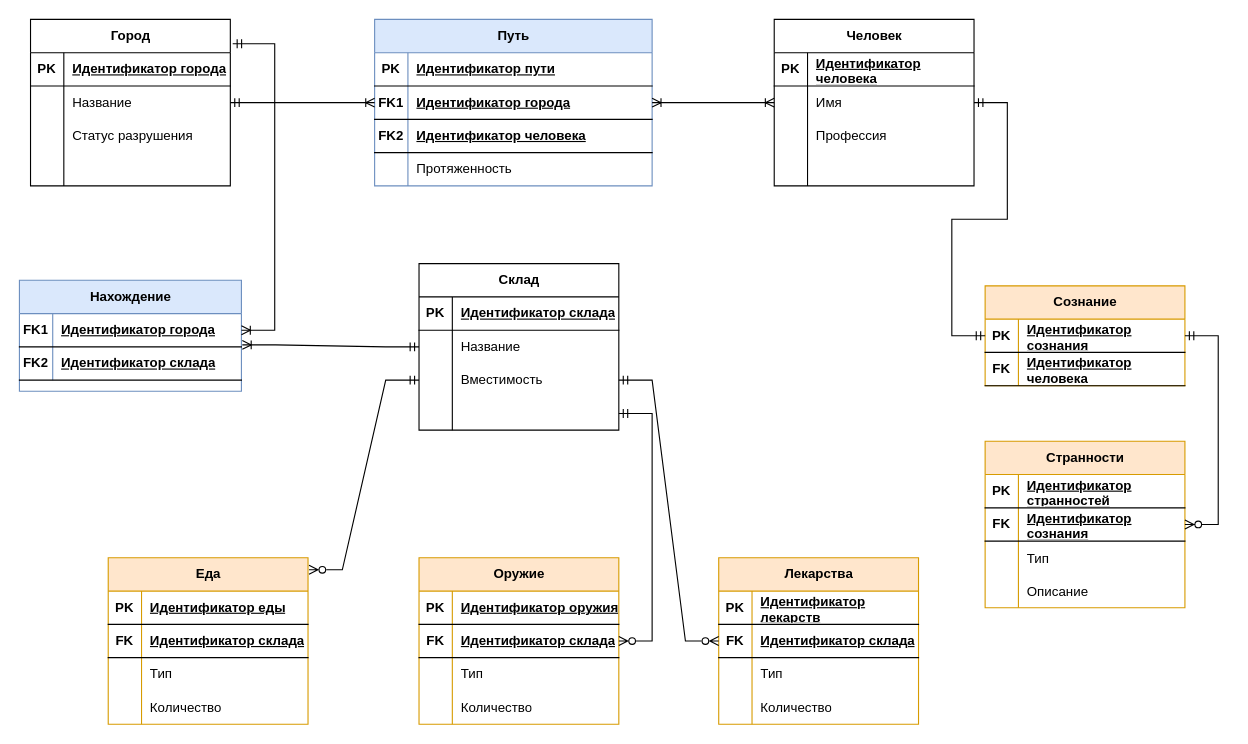
Earlier version of the draw.io diagram Семестр 5/ИСБД/lab1/img/infological.drawio (Ivanio1/itmo-3course). Source tidied: cells renumbered, new cells numbered last; positions are measured from the earlier drawing's top-left corner, leaving out a move shared by most shapes. Both pictures are drawn from the tidied source at 111%, with x=0, y=0 at pixel (19, 19).
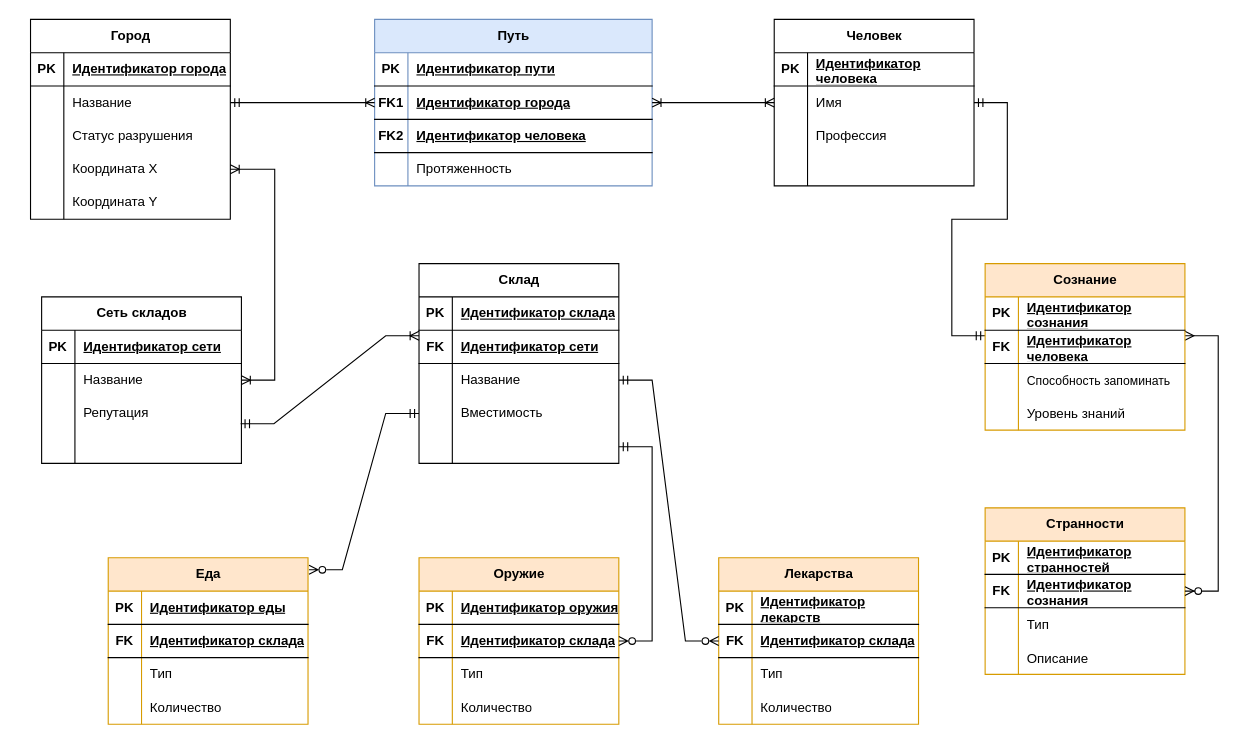
Above is the later version.

Unchanged cells that the change refers to:
```xml
<mxCell id="6" style="shape=tableRow;horizontal=0;startSize=0;swimlaneHead=0;swimlaneBody=0;fillColor=none;points=[[0,0.5],[1,0.5]];portConstraint=eastwest;top=0;left=0;right=0;bottom=0;" parent="2" vertex="1">
  <mxGeometry y="60" width="180" height="30" as="geometry" />
</mxCell>
<mxCell id="25" style="shape=tableRow;horizontal=0;startSize=0;swimlaneHead=0;swimlaneBody=0;fillColor=none;points=[[0,0.5],[1,0.5]];portConstraint=eastwest;top=0;left=0;right=0;bottom=0;" parent="15" vertex="1">
  <mxGeometry y="120" width="180" height="30" as="geometry" />
</mxCell>
<mxCell id="111" style="shape=tableRow;horizontal=0;startSize=0;swimlaneHead=0;swimlaneBody=0;fillColor=none;points=[[0,0.5],[1,0.5]];portConstraint=eastwest;top=0;left=0;right=0;bottom=1;" parent="107" vertex="1">
  <mxGeometry y="60" width="180" height="30" as="geometry" />
</mxCell>
```

The edit, as a diff of the source:
```diff
@@
     <mxCell id="15" value="Город" style="shape=table;startSize=30;childLayout=tableLayout;rowLines=0;fontStyle=1;align=center;html=1;" parent="1" vertex="1">
-      <mxGeometry x="10" width="180" height="150" as="geometry" />
+      <mxGeometry x="10" width="180" height="180" as="geometry" />
     </mxCell>
@@
-    <mxCell id="27" style="shape=partialRectangle;fillColor=none;top=0;left=0;bottom=0;right=0;align=left;spacingLeft=6;overflow=hidden;whiteSpace=wrap;html=1;" parent="25" vertex="1">
+    <mxCell id="27" value="Координата X" style="shape=partialRectangle;fillColor=none;top=0;left=0;bottom=0;right=0;align=left;spacingLeft=6;overflow=hidden;whiteSpace=wrap;html=1;" parent="25" vertex="1">
       <mxGeometry x="30" width="150" height="30" as="geometry" />
     </mxCell>
+    <mxCell id="129" style="shape=tableRow;horizontal=0;startSize=0;swimlaneHead=0;swimlaneBody=0;fillColor=none;top=0;left=0;right=0;bottom=0;" parent="15" vertex="1">
+      <mxGeometry y="150" width="180" height="30" as="geometry" />
+    </mxCell>
+    <mxCell id="130" style="shape=partialRectangle;fillColor=none;top=0;left=0;bottom=0;right=0;overflow=hidden;whiteSpace=wrap;html=1;" parent="129" vertex="1">
+      <mxGeometry width="30" height="30" as="geometry" />
+    </mxCell>
+    <mxCell id="131" value="Координата Y" style="shape=partialRectangle;fillColor=none;top=0;left=0;bottom=0;right=0;align=left;spacingLeft=6;overflow=hidden;whiteSpace=wrap;html=1;" parent="129" vertex="1">
+      <mxGeometry x="30" width="150" height="30" as="geometry" />
+    </mxCell>
     <mxCell id="28" value="Склад" style="shape=table;startSize=30;childLayout=tableLayout;rowLines=0;fontStyle=1;align=center;html=1;" parent="1" vertex="1">
-      <mxGeometry x="360" y="220" width="180" height="150" as="geometry" />
+      <mxGeometry x="360" y="220" width="180" height="180" as="geometry" />
     </mxCell>
@@
+    <mxCell id="132" style="shape=tableRow;horizontal=0;startSize=0;swimlaneHead=0;swimlaneBody=0;fillColor=none;top=0;left=0;right=0;bottom=1;" parent="28" vertex="1">
+      <mxGeometry y="60" width="180" height="30" as="geometry" />
+    </mxCell>
+    <mxCell id="133" value="FK" style="shape=partialRectangle;fillColor=none;top=0;left=0;bottom=0;right=0;fontStyle=1;overflow=hidden;whiteSpace=wrap;html=1;" parent="132" vertex="1">
+      <mxGeometry width="30" height="30" as="geometry" />
+    </mxCell>
+    <mxCell id="134" value="Идентификатор сети" style="shape=partialRectangle;fillColor=none;top=0;left=0;bottom=0;right=0;align=left;spacingLeft=6;fontStyle=5;overflow=hidden;whiteSpace=wrap;html=1;" parent="132" vertex="1">
+      <mxGeometry x="30" width="150" height="30" as="geometry" />
+    </mxCell>
     <mxCell id="32" style="shape=tableRow;horizontal=0;startSize=0;swimlaneHead=0;swimlaneBody=0;fillColor=none;points=[[0,0.5],[1,0.5]];portConstraint=eastwest;top=0;left=0;right=0;bottom=0;" parent="28" vertex="1">
-      <mxGeometry y="60" width="180" height="30" as="geometry" />
+      <mxGeometry y="90" width="180" height="30" as="geometry" />
     </mxCell>
@@
     <mxCell id="35" style="shape=tableRow;horizontal=0;startSize=0;swimlaneHead=0;swimlaneBody=0;fillColor=none;points=[[0,0.5],[1,0.5]];portConstraint=eastwest;top=0;left=0;right=0;bottom=0;" parent="28" vertex="1">
-      <mxGeometry y="90" width="180" height="30" as="geometry" />
+      <mxGeometry y="120" width="180" height="30" as="geometry" />
     </mxCell>
@@
     <mxCell id="38" style="shape=tableRow;horizontal=0;startSize=0;swimlaneHead=0;swimlaneBody=0;fillColor=none;points=[[0,0.5],[1,0.5]];portConstraint=eastwest;top=0;left=0;right=0;bottom=0;" parent="28" vertex="1">
-      <mxGeometry y="120" width="180" height="30" as="geometry" />
+      <mxGeometry y="150" width="180" height="30" as="geometry" />
     </mxCell>
@@
-    <mxCell id="41" value="Нахождение" style="shape=table;startSize=30;childLayout=tableLayout;rowLines=0;fontStyle=1;align=center;html=1;fillColor=#dae8fc;strokeColor=#6c8ebf;" parent="1" vertex="1">
-      <mxGeometry y="235" width="200" height="100" as="geometry" />
-    </mxCell>
-    <mxCell id="42" style="shape=tableRow;horizontal=0;startSize=0;swimlaneHead=0;swimlaneBody=0;fillColor=none;points=[[0,0.5],[1,0.5]];portConstraint=eastwest;top=0;left=0;right=0;bottom=1;" parent="41" vertex="1">
-      <mxGeometry y="30" width="200" height="30" as="geometry" />
-    </mxCell>
-    <mxCell id="43" value="FK1" style="shape=partialRectangle;fillColor=none;top=0;left=0;bottom=0;right=0;fontStyle=1;overflow=hidden;whiteSpace=wrap;html=1;" parent="42" vertex="1">
-      <mxGeometry width="30" height="30" as="geometry" />
-    </mxCell>
-    <mxCell id="44" value="Идентификатор города" style="shape=partialRectangle;fillColor=none;top=0;left=0;bottom=0;right=0;align=left;spacingLeft=6;fontStyle=5;overflow=hidden;whiteSpace=wrap;html=1;" parent="42" vertex="1">
-      <mxGeometry x="30" width="170" height="30" as="geometry" />
-    </mxCell>
-    <mxCell id="45" style="shape=tableRow;horizontal=0;startSize=0;swimlaneHead=0;swimlaneBody=0;fillColor=none;points=[[0,0.5],[1,0.5]];portConstraint=eastwest;top=0;left=0;right=0;bottom=1;" parent="41" vertex="1">
-      <mxGeometry y="60" width="200" height="30" as="geometry" />
-    </mxCell>
-    <mxCell id="46" value="FK2" style="shape=partialRectangle;fillColor=none;top=0;left=0;bottom=0;right=0;fontStyle=1;overflow=hidden;whiteSpace=wrap;html=1;" parent="45" vertex="1">
-      <mxGeometry width="30" height="30" as="geometry" />
-    </mxCell>
-    <mxCell id="47" value="Идентификатор склада" style="shape=partialRectangle;fillColor=none;top=0;left=0;bottom=0;right=0;align=left;spacingLeft=6;fontStyle=5;overflow=hidden;whiteSpace=wrap;html=1;" parent="45" vertex="1">
-      <mxGeometry x="30" width="170" height="30" as="geometry" />
-    </mxCell>
@@
-    <mxCell id="61" value="Сознание" style="shape=table;startSize=30;childLayout=tableLayout;rowLines=0;fontStyle=1;align=center;html=1;fillColor=#ffe6cc;strokeColor=#d79b00;" parent="1" vertex="1">
-      <mxGeometry x="870" y="240" width="180" height="90" as="geometry" />
-    </mxCell>
-    <mxCell id="62" style="shape=tableRow;horizontal=0;startSize=0;swimlaneHead=0;swimlaneBody=0;fillColor=none;points=[[0,0.5],[1,0.5]];portConstraint=eastwest;top=0;left=0;right=0;bottom=1;" parent="61" vertex="1">
-      <mxGeometry y="30" width="180" height="30" as="geometry" />
-    </mxCell>
-    <mxCell id="63" value="PK" style="shape=partialRectangle;fillColor=none;top=0;left=0;bottom=0;right=0;fontStyle=1;overflow=hidden;whiteSpace=wrap;html=1;" parent="62" vertex="1">
-      <mxGeometry width="30" height="30" as="geometry" />
-    </mxCell>
-    <mxCell id="64" value="Идентификатор сознания" style="shape=partialRectangle;fillColor=none;top=0;left=0;bottom=0;right=0;align=left;spacingLeft=6;fontStyle=5;overflow=hidden;whiteSpace=wrap;html=1;" parent="62" vertex="1">
-      <mxGeometry x="30" width="150" height="30" as="geometry" />
-    </mxCell>
-    <mxCell id="65" style="shape=tableRow;horizontal=0;startSize=0;swimlaneHead=0;swimlaneBody=0;fillColor=none;top=0;left=0;right=0;bottom=1;" parent="61" vertex="1">
-      <mxGeometry y="60" width="180" height="30" as="geometry" />
-    </mxCell>
-    <mxCell id="66" value="FK" style="shape=partialRectangle;fillColor=none;top=0;left=0;bottom=0;right=0;fontStyle=1;overflow=hidden;whiteSpace=wrap;html=1;" parent="65" vertex="1">
-      <mxGeometry width="30" height="30" as="geometry" />
-    </mxCell>
-    <mxCell id="67" value="Идентификатор человека" style="shape=partialRectangle;fillColor=none;top=0;left=0;bottom=0;right=0;align=left;spacingLeft=6;fontStyle=5;overflow=hidden;whiteSpace=wrap;html=1;" parent="65" vertex="1">
-      <mxGeometry x="30" width="150" height="30" as="geometry" />
-    </mxCell>
@@
     <mxCell id="107" value="Странности" style="shape=table;startSize=30;childLayout=tableLayout;rowLines=0;fontStyle=1;align=center;html=1;fillColor=#ffe6cc;strokeColor=#d79b00;" parent="1" vertex="1">
-      <mxGeometry x="870" y="380" width="180" height="150" as="geometry" />
+      <mxGeometry x="870" y="440" width="180" height="150" as="geometry" />
     </mxCell>
@@
-    <mxCell id="122" style="edgeStyle=entityRelationEdgeStyle;fontSize=12;html=1;endArrow=ERmandOne;startArrow=ERmandOne;rounded=0;entryX=0;entryY=0.5;entryDx=0;entryDy=0;exitX=1;exitY=0.5;exitDx=0;exitDy=0;" parent="1" edge="1" source="6" target="61">
-      <mxGeometry relative="1" as="geometry" />
+    <mxCell id="122" style="edgeStyle=entityRelationEdgeStyle;fontSize=12;html=1;endArrow=ERmandOne;startArrow=ERmandOne;rounded=0;entryX=0;entryY=0.5;entryDx=0;entryDy=0;exitX=1;exitY=0.5;exitDx=0;exitDy=0;" parent="1" edge="1" source="6">
+      <mxGeometry relative="1" as="geometry">
+        <mxPoint x="870" y="285" as="targetPoint" />
+      </mxGeometry>
     </mxCell>
-    <mxCell id="123" style="edgeStyle=entityRelationEdgeStyle;fontSize=12;html=1;endArrow=ERmandOne;startArrow=ERoneToMany;rounded=0;entryX=1.012;entryY=0.146;entryDx=0;entryDy=0;entryPerimeter=0;startFill=0;endFill=0;" parent="1" edge="1" source="42" target="15">
-      <mxGeometry relative="1" as="geometry" />
-    </mxCell>
-    <mxCell id="124" style="edgeStyle=entityRelationEdgeStyle;fontSize=12;html=1;endArrow=ERzeroToMany;startArrow=ERmandOne;rounded=0;exitX=1;exitY=0.5;exitDx=0;exitDy=0;" parent="1" edge="1" source="62" target="111">
-      <mxGeometry relative="1" as="geometry" />
+    <mxCell id="124" style="edgeStyle=entityRelationEdgeStyle;fontSize=12;html=1;endArrow=ERzeroToMany;startArrow=ERmany;rounded=0;exitX=1;exitY=0.5;exitDx=0;exitDy=0;startFill=0;" parent="1" edge="1" target="111">
+      <mxGeometry relative="1" as="geometry">
+        <mxPoint x="1050" y="285" as="sourcePoint" />
+      </mxGeometry>
     </mxCell>
-    <mxCell id="125" style="edgeStyle=entityRelationEdgeStyle;fontSize=12;html=1;endArrow=ERmandOne;startArrow=ERoneToMany;rounded=0;entryX=0;entryY=0.5;entryDx=0;entryDy=0;exitX=1.004;exitY=-0.059;exitDx=0;exitDy=0;exitPerimeter=0;endFill=0;startFill=0;" parent="1" edge="1" source="45" target="32">
-      <mxGeometry relative="1" as="geometry" />
-    </mxCell>
@@
+    <mxCell id="135" style="edgeStyle=entityRelationEdgeStyle;fontSize=12;html=1;endArrow=ERoneToMany;startArrow=ERoneToMany;rounded=0;" parent="1" edge="1" source="148" target="25">
+      <mxGeometry relative="1" as="geometry" />
+    </mxCell>
+    <mxCell id="136" style="shape=tableRow;horizontal=0;startSize=0;swimlaneHead=0;swimlaneBody=0;fillColor=none;top=0;left=0;right=0;bottom=0;" parent="1" vertex="1">
+      <mxGeometry x="870" y="330" width="180" height="30" as="geometry" />
+    </mxCell>
+    <mxCell id="137" style="shape=partialRectangle;fillColor=none;top=0;left=0;bottom=0;right=0;overflow=hidden;" parent="136" vertex="1">
+      <mxGeometry width="30" height="30" as="geometry" />
+    </mxCell>
+    <mxCell id="61" value="Сознание" style="shape=table;startSize=30;childLayout=tableLayout;rowLines=0;fontStyle=1;align=center;html=1;fillColor=#ffe6cc;strokeColor=#d79b00;" parent="1" vertex="1">
+      <mxGeometry x="870" y="220" width="180" height="150" as="geometry" />
+    </mxCell>
+    <mxCell id="138" style="shape=tableRow;horizontal=0;startSize=0;swimlaneHead=0;swimlaneBody=0;fillColor=none;top=0;left=0;right=0;bottom=1;" parent="61" vertex="1">
+      <mxGeometry y="30" width="180" height="30" as="geometry" />
+    </mxCell>
+    <mxCell id="139" value="PK" style="shape=partialRectangle;fillColor=none;top=0;left=0;bottom=0;right=0;fontStyle=1;overflow=hidden;whiteSpace=wrap;html=1;" parent="138" vertex="1">
+      <mxGeometry width="30" height="30" as="geometry" />
+    </mxCell>
+    <mxCell id="64" value="Идентификатор сознания" style="shape=partialRectangle;fillColor=none;top=0;left=0;bottom=0;right=0;align=left;spacingLeft=6;fontStyle=5;overflow=hidden;whiteSpace=wrap;html=1;" parent="138" vertex="1">
+      <mxGeometry x="30" width="150" height="30" as="geometry" />
+    </mxCell>
+    <mxCell id="140" style="shape=tableRow;horizontal=0;startSize=0;swimlaneHead=0;swimlaneBody=0;fillColor=none;top=0;left=0;right=0;bottom=1;" parent="61" vertex="1">
+      <mxGeometry y="60" width="180" height="30" as="geometry" />
+    </mxCell>
+    <mxCell id="141" value="FK" style="shape=partialRectangle;fillColor=none;top=0;left=0;bottom=0;right=0;fontStyle=1;overflow=hidden;whiteSpace=wrap;html=1;" parent="140" vertex="1">
+      <mxGeometry width="30" height="30" as="geometry" />
+    </mxCell>
+    <mxCell id="67" value="Идентификатор человека" style="shape=partialRectangle;fillColor=none;top=0;left=0;bottom=0;right=0;align=left;spacingLeft=6;fontStyle=5;overflow=hidden;whiteSpace=wrap;html=1;" parent="140" vertex="1">
+      <mxGeometry x="30" width="150" height="30" as="geometry" />
+    </mxCell>
+    <mxCell id="142" style="shape=tableRow;horizontal=0;startSize=0;swimlaneHead=0;swimlaneBody=0;fillColor=none;top=0;left=0;right=0;bottom=0;" parent="61" vertex="1">
+      <mxGeometry y="90" width="180" height="30" as="geometry" />
+    </mxCell>
+    <mxCell id="143" style="shape=partialRectangle;fillColor=none;top=0;left=0;bottom=0;right=0;overflow=hidden;" parent="142" vertex="1">
+      <mxGeometry width="30" height="30" as="geometry" />
+    </mxCell>
+    <mxCell id="144" value="Способность запоминать" style="shape=partialRectangle;fillColor=none;top=0;left=0;bottom=0;right=0;align=left;spacingLeft=6;overflow=hidden;fontSize=11;" parent="142" vertex="1">
+      <mxGeometry x="30" width="150" height="30" as="geometry" />
+    </mxCell>
+    <mxCell id="145" style="shape=tableRow;horizontal=0;startSize=0;swimlaneHead=0;swimlaneBody=0;fillColor=none;top=0;left=0;right=0;bottom=0;" parent="61" vertex="1">
+      <mxGeometry y="120" width="180" height="30" as="geometry" />
+    </mxCell>
+    <mxCell id="146" style="shape=partialRectangle;fillColor=none;top=0;left=0;bottom=0;right=0;overflow=hidden;" parent="145" vertex="1">
+      <mxGeometry width="30" height="30" as="geometry" />
+    </mxCell>
+    <mxCell id="147" value="Уровень знаний" style="shape=partialRectangle;fillColor=none;top=0;left=0;bottom=0;right=0;align=left;spacingLeft=6;overflow=hidden;" parent="145" vertex="1">
+      <mxGeometry x="30" width="150" height="30" as="geometry" />
+    </mxCell>
+    <mxCell id="148" value="Сеть складов" style="shape=table;startSize=30;childLayout=tableLayout;rowLines=0;fontStyle=1;align=center;html=1;" parent="1" vertex="1">
+      <mxGeometry x="20" y="250" width="180" height="150" as="geometry" />
+    </mxCell>
+    <mxCell id="149" style="shape=tableRow;horizontal=0;startSize=0;swimlaneHead=0;swimlaneBody=0;fillColor=none;top=0;left=0;right=0;bottom=1;" parent="148" vertex="1">
+      <mxGeometry y="30" width="180" height="30" as="geometry" />
+    </mxCell>
+    <mxCell id="150" value="PK" style="shape=partialRectangle;fillColor=none;top=0;left=0;bottom=0;right=0;fontStyle=1;overflow=hidden;whiteSpace=wrap;html=1;" parent="149" vertex="1">
+      <mxGeometry width="30" height="30" as="geometry" />
+    </mxCell>
+    <mxCell id="151" value="Идентификатор сети" style="shape=partialRectangle;fillColor=none;top=0;left=0;bottom=0;right=0;align=left;spacingLeft=6;fontStyle=5;overflow=hidden;whiteSpace=wrap;html=1;" parent="149" vertex="1">
+      <mxGeometry x="30" width="150" height="30" as="geometry" />
+    </mxCell>
+    <mxCell id="152" style="shape=tableRow;horizontal=0;startSize=0;swimlaneHead=0;swimlaneBody=0;fillColor=none;top=0;left=0;right=0;bottom=0;" parent="148" vertex="1">
+      <mxGeometry y="60" width="180" height="30" as="geometry" />
+    </mxCell>
+    <mxCell id="153" style="shape=partialRectangle;fillColor=none;top=0;left=0;bottom=0;right=0;overflow=hidden;whiteSpace=wrap;html=1;" parent="152" vertex="1">
+      <mxGeometry width="30" height="30" as="geometry" />
+    </mxCell>
+    <mxCell id="154" value="Название" style="shape=partialRectangle;fillColor=none;top=0;left=0;bottom=0;right=0;align=left;spacingLeft=6;overflow=hidden;whiteSpace=wrap;html=1;" parent="152" vertex="1">
+      <mxGeometry x="30" width="150" height="30" as="geometry" />
+    </mxCell>
+    <mxCell id="155" style="shape=tableRow;horizontal=0;startSize=0;swimlaneHead=0;swimlaneBody=0;fillColor=none;top=0;left=0;right=0;bottom=0;" parent="148" vertex="1">
+      <mxGeometry y="90" width="180" height="30" as="geometry" />
+    </mxCell>
+    <mxCell id="156" style="shape=partialRectangle;fillColor=none;top=0;left=0;bottom=0;right=0;overflow=hidden;whiteSpace=wrap;html=1;" parent="155" vertex="1">
+      <mxGeometry width="30" height="30" as="geometry" />
+    </mxCell>
+    <mxCell id="157" value="Репутация" style="shape=partialRectangle;fillColor=none;top=0;left=0;bottom=0;right=0;align=left;spacingLeft=6;overflow=hidden;whiteSpace=wrap;html=1;" parent="155" vertex="1">
+      <mxGeometry x="30" width="150" height="30" as="geometry" />
+    </mxCell>
+    <mxCell id="158" style="shape=tableRow;horizontal=0;startSize=0;swimlaneHead=0;swimlaneBody=0;fillColor=none;points=[[0,0.5],[1,0.5]];portConstraint=eastwest;top=0;left=0;right=0;bottom=0;" parent="148" vertex="1">
+      <mxGeometry y="120" width="180" height="30" as="geometry" />
+    </mxCell>
+    <mxCell id="159" style="shape=partialRectangle;fillColor=none;top=0;left=0;bottom=0;right=0;overflow=hidden;whiteSpace=wrap;html=1;" parent="158" vertex="1">
+      <mxGeometry width="30" height="30" as="geometry" />
+    </mxCell>
+    <mxCell id="160" style="shape=partialRectangle;fillColor=none;top=0;left=0;bottom=0;right=0;align=left;spacingLeft=6;overflow=hidden;whiteSpace=wrap;html=1;" parent="158" vertex="1">
+      <mxGeometry x="30" width="150" height="30" as="geometry" />
+    </mxCell>
+    <mxCell id="161" style="edgeStyle=entityRelationEdgeStyle;fontSize=12;html=1;endArrow=ERoneToMany;startArrow=ERmandOne;rounded=0;exitX=0.996;exitY=-0.192;exitDx=0;exitDy=0;exitPerimeter=0;" parent="1" edge="1" source="158">
+      <mxGeometry relative="1" as="geometry">
+        <mxPoint x="360" y="285" as="targetPoint" />
+      </mxGeometry>
+    </mxCell>
```
